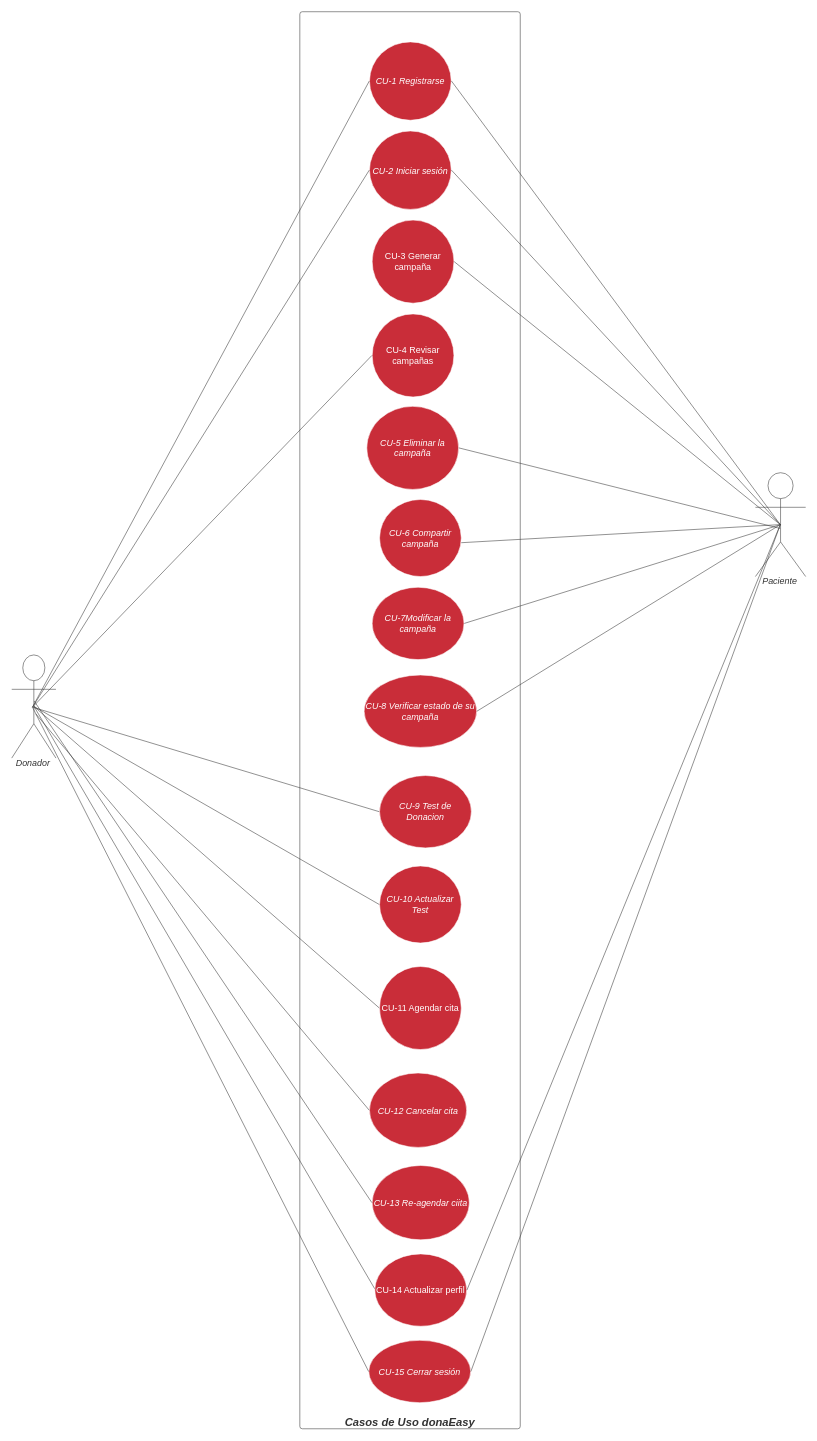
This is page "Casos de uso" (4 of 7) of Diagramas de robustez.drawio from juxo321/Diagramas, a draw.io file, before an edit. Source tidied: cells renumbered, new cells numbered last; positions are measured from the earlier drawing's top-left corner, leaving out a move shared by most shapes. Both pictures are drawn from the tidied source at 67%, with x=0, y=0 at pixel (11, 11).
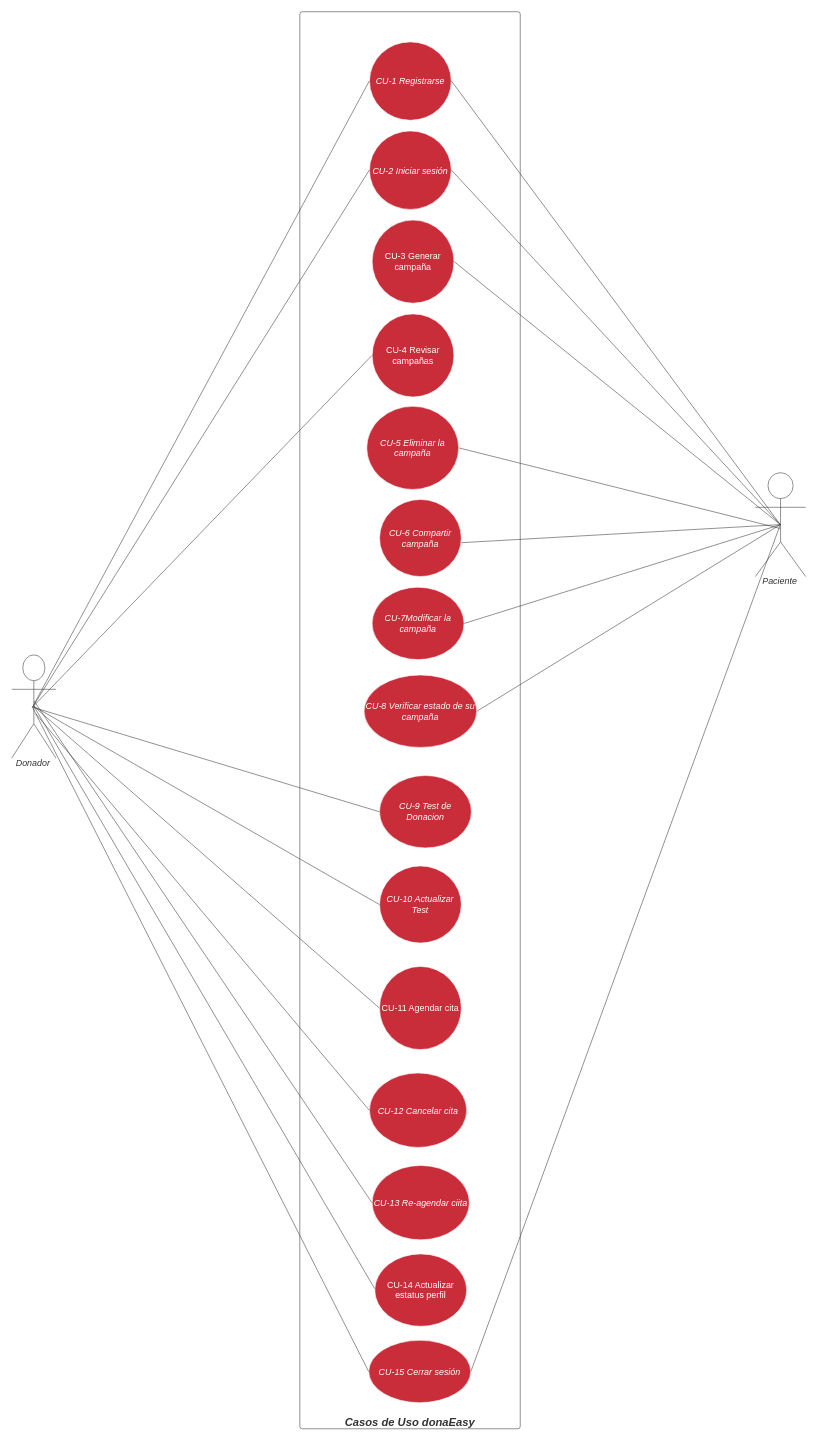
After the change.

The change refers to these unchanged cells:
```xml
<mxCell id="36" value="Paciente" style="html=1;overflow=block;blockSpacing=1;shape=umlActor;labelPosition=center;verticalLabelPosition=bottom;verticalAlign=top;whiteSpace=nowrap;fontSize=13.3;fontColor=#333333;fontStyle=2;spacing=0;strokeColor=#333333;strokeOpacity=100;rounded=1;absoluteArcSize=1;arcSize=7.5;fillColor=#ffffff;strokeWidth=0.8;" parent="1" vertex="1">
  <mxGeometry x="1110" y="688" width="75" height="155" as="geometry" />
</mxCell>
```

What changed in the source:
```diff
@@
-    <mxCell id="7" value="CU-14 Actualizar perfil" style="html=1;overflow=block;blockSpacing=1;whiteSpace=wrap;ellipse;fontSize=13.3;fontColor=#ffffff;align=center;spacing=0;verticalAlign=middle;strokeColor=#ffffff;strokeOpacity=100;fillOpacity=100;rounded=1;absoluteArcSize=1;arcSize=7.5;fillColor=#c92d39;strokeWidth=0.8;" parent="1" vertex="1">
+    <mxCell id="7" value="CU-14 Actualizar estatus perfil" style="html=1;overflow=block;blockSpacing=1;whiteSpace=wrap;ellipse;fontSize=13.3;fontColor=#ffffff;align=center;spacing=0;verticalAlign=middle;strokeColor=#ffffff;strokeOpacity=100;fillOpacity=100;rounded=1;absoluteArcSize=1;arcSize=7.5;fillColor=#c92d39;strokeWidth=0.8;" parent="1" vertex="1">
       <mxGeometry x="542" y="1854" width="137" height="108" as="geometry" />
     </mxCell>
@@
-    <mxCell id="14" style="html=1;jettySize=18;whiteSpace=wrap;fontSize=13;strokeColor=#333333;strokeOpacity=100;strokeWidth=0.8;rounded=0;startArrow=none;endArrow=none;exitX=1.003;exitY=0.5;exitPerimeter=0;entryX=0.495;entryY=0.5;entryPerimeter=0;" parent="1" edge="1" source="7" target="36">
-      <mxGeometry relative="1" as="geometry" />
-    </mxCell>
```
